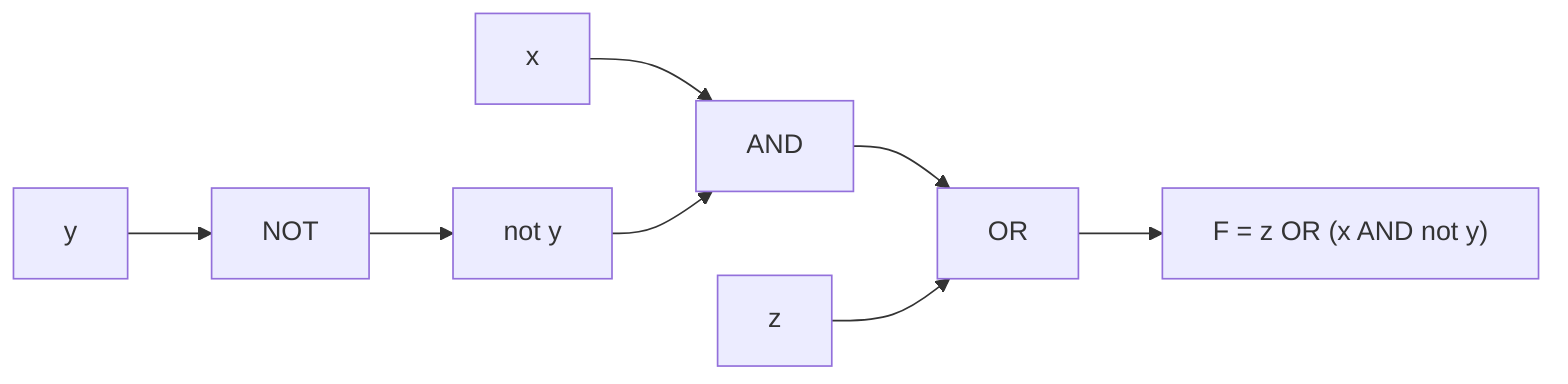
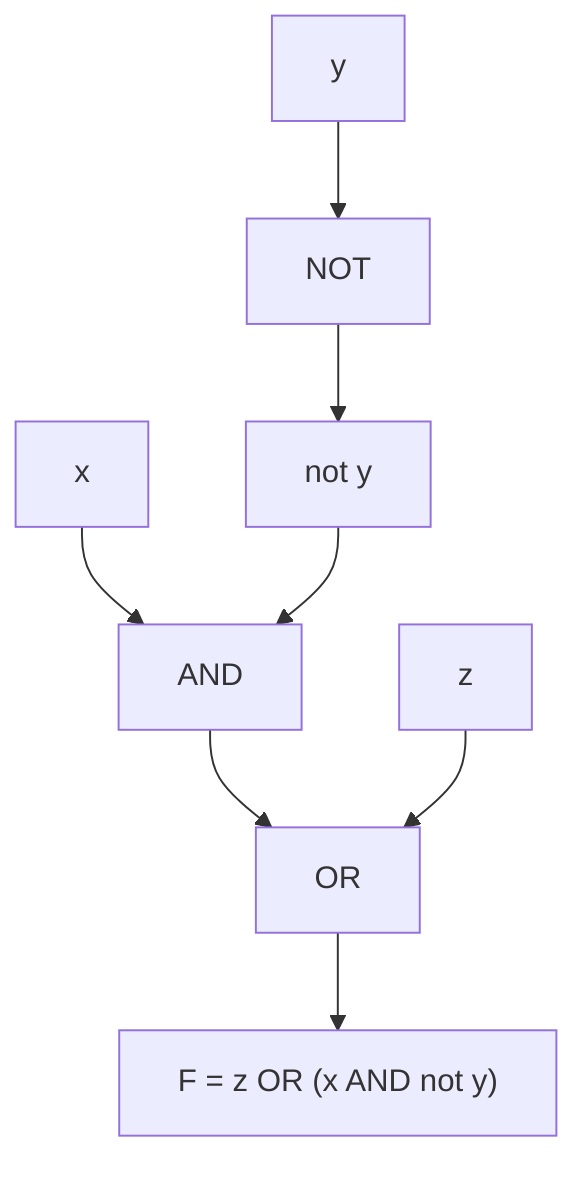
- flowchart LR
-     X["x"] --> AND["AND"]
+ flowchart TD
    Y["y"] --> NOT["NOT"]
    NOT --> YB["not y"]
+     X["x"] --> AND["AND"]
    YB --> AND
    AND --> OR["OR"]
    Z["z"] --> OR
    OR --> F["F = z OR (x AND not y)"]
